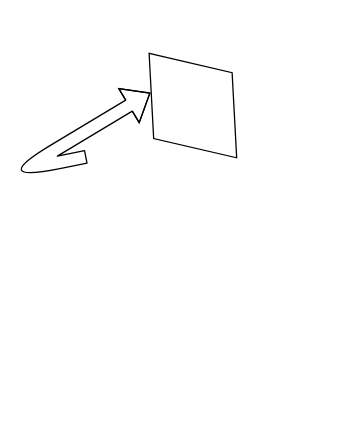
Above: function.drawio in Faisal1135/Flutter-Kushtia (draw.io), before the change. Source tidied: cells renumbered, new cells numbered last; positions are measured from the earlier drawing's top-left corner, leaving out a move shared by most shapes. Both pictures are drawn from the tidied source at 128%, with x=0, y=0 at pixel (22, 54).
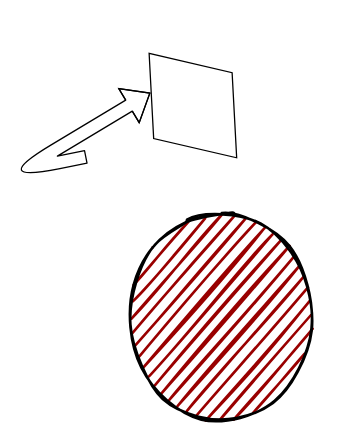
The same diagram, later.

Change to the diagram source:
```diff
@@
 <mxGraphModel>
   <root>
     <mxCell id="0" />
     <mxCell id="1" parent="0" />
     <mxCell id="2" style="rhombus;whiteSpace=wrap;html=1;rotation=50;" parent="1" vertex="1">
       <mxGeometry x="80" width="106.4" height="80" as="geometry" />
     </mxCell>
     <mxCell id="3" style="shape=flexArrow;endArrow=classic;html=1;" parent="1" edge="1">
       <mxGeometry relative="1" as="geometry">
         <mxPoint x="50" y="80" as="sourcePoint" />
         <mxPoint x="100" y="30" as="targetPoint" />
         <Array as="points">
           <mxPoint y="90" />
         </Array>
       </mxGeometry>
     </mxCell>
+    <mxCell id="4" style="ellipse;whiteSpace=wrap;html=1;strokeWidth=2;fillWeight=2;hachureGap=8;fillColor=#990000;fillStyle=dots;sketch=1;" parent="1" vertex="1">
+      <mxGeometry x="80" y="120" width="150" height="170" as="geometry" />
+    </mxCell>
   </root>
 </mxGraphModel>
```
